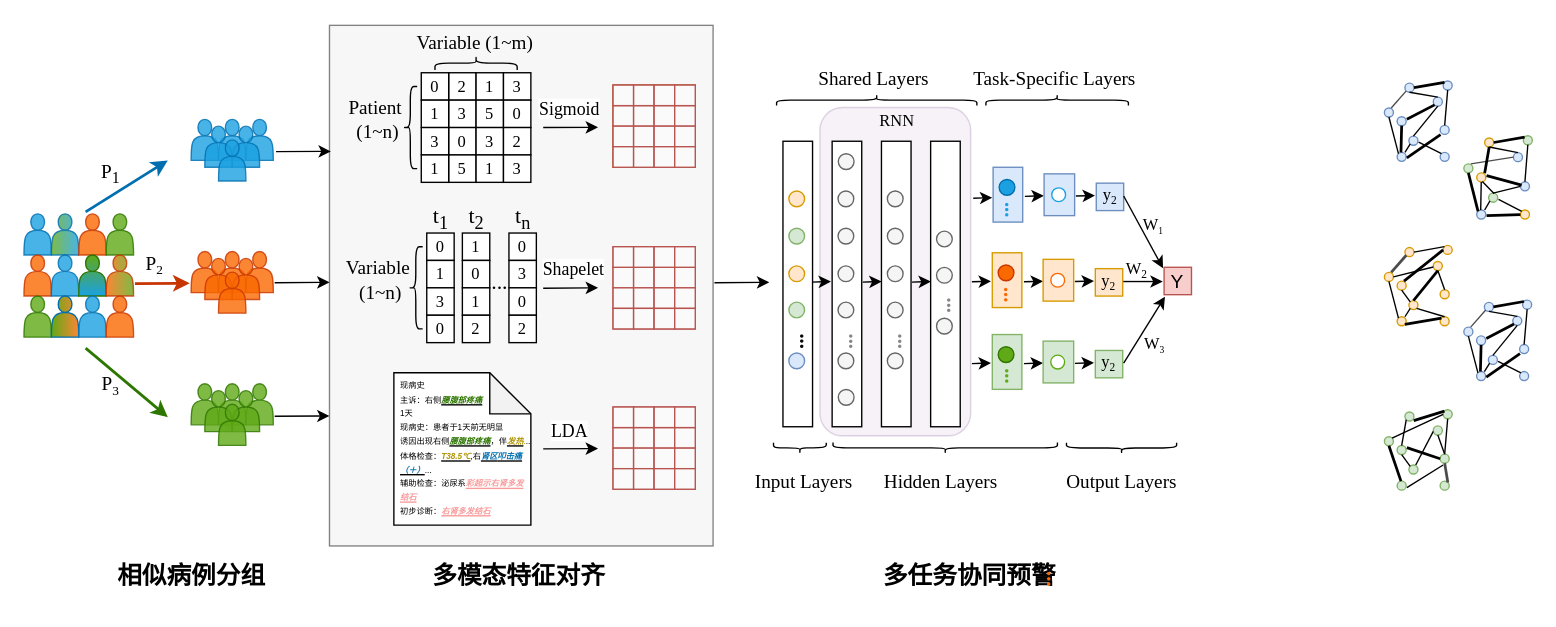
This is 研究方法1.drawio from wednesday1111/FIB-4, a draw.io file, before an edit. Source tidied: cells renumbered, new cells numbered last; positions are measured from the earlier drawing's top-left corner, leaving out a move shared by most shapes. Both pictures are drawn from the tidied source at 137%, with x=0, y=0 at pixel (23, -1).
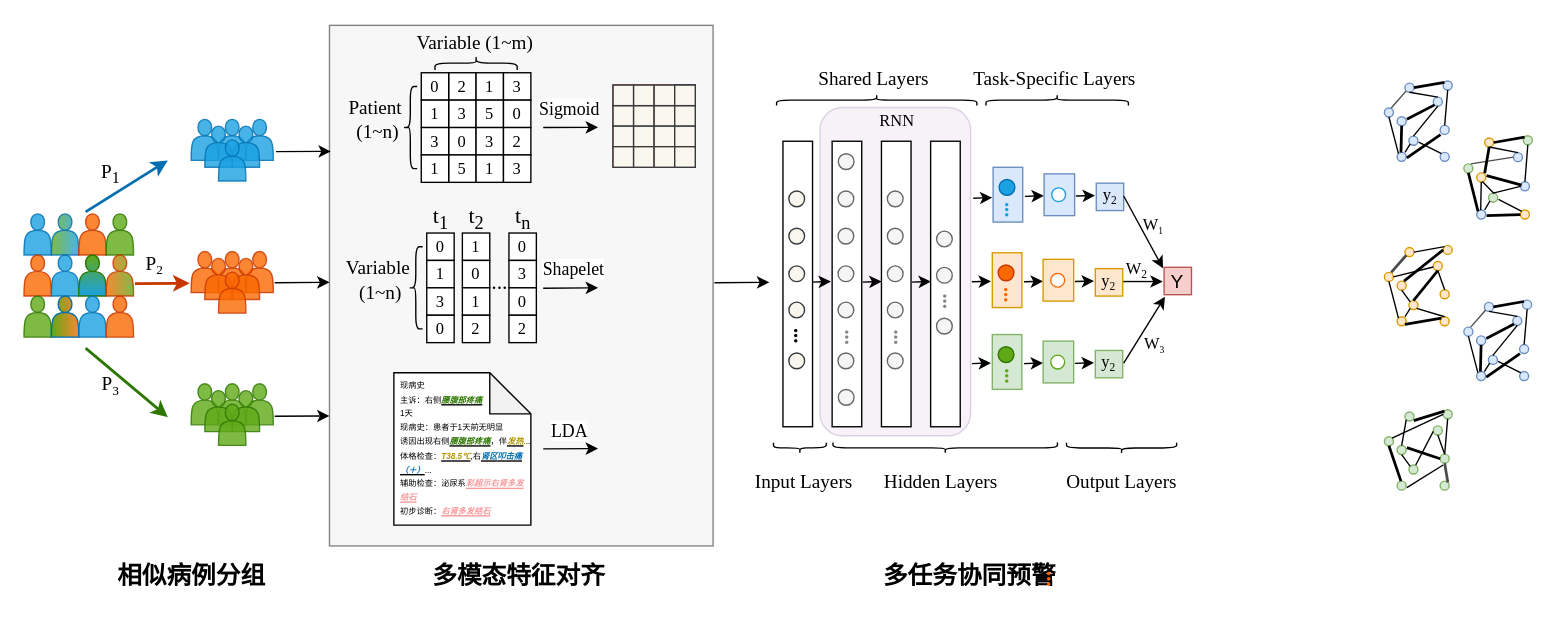
After the change.

Commit message (it also covers changes not shown here):
更新研究方法1.drawio

The change refers to these unchanged cells:
```xml
<mxCell id="28" style="group;fillColor=#fafafa;strokeColor=#b85450;" parent="27" vertex="1">
  <mxGeometry width="15" height="60" as="geometry" />
</mxCell>
<mxCell id="33" style="group;fillColor=#fafafa;strokeColor=#b85450;" parent="27" vertex="1">
  <mxGeometry x="15" width="15" height="60" as="geometry" />
</mxCell>
<mxCell id="38" style="group;fillColor=#fafafa;strokeColor=#b85450;" parent="27" vertex="1">
  <mxGeometry x="30" width="15" height="60" as="geometry" />
</mxCell>
<mxCell id="115" style="endArrow=classic;html=1;rounded=0;entryX=0;entryY=0.25;entryDx=0;entryDy=0;" parent="1" edge="1">
  <mxGeometry relative="1" as="geometry">
    <mxPoint x="379" y="93.6" as="sourcePoint" />
    <mxPoint x="419" y="93.4" as="targetPoint" />
  </mxGeometry>
</mxCell>
```

Change to the diagram source:
```diff
@@
-    <mxCell id="27" style="group;fillColor=#FFE6CC;strokeColor=#d79b00;" parent="1" vertex="1">
+    <mxCell id="27" style="group;fillColor=#f9f7ed;strokeColor=#36393d;" parent="1" vertex="1">
       <mxGeometry x="430" y="62.6" width="60" height="60" as="geometry" />
     </mxCell>
@@
-    <mxCell id="29" style="rounded=0;whiteSpace=wrap;html=1;fillColor=#fafafa;strokeColor=#b85450;" parent="28" vertex="1">
+    <mxCell id="29" style="rounded=0;whiteSpace=wrap;html=1;fillColor=#f9f7ed;strokeColor=#36393d;" parent="28" vertex="1">
       <mxGeometry y="15" width="15" height="15" as="geometry" />
     </mxCell>
-    <mxCell id="30" style="rounded=0;whiteSpace=wrap;html=1;fillColor=#fafafa;strokeColor=#b85450;" parent="28" vertex="1">
+    <mxCell id="30" style="rounded=0;whiteSpace=wrap;html=1;fillColor=#f9f7ed;strokeColor=#36393d;" parent="28" vertex="1">
       <mxGeometry y="30" width="15" height="15" as="geometry" />
     </mxCell>
-    <mxCell id="31" style="rounded=0;whiteSpace=wrap;html=1;fillColor=#fafafa;strokeColor=#b85450;" parent="28" vertex="1">
+    <mxCell id="31" style="rounded=0;whiteSpace=wrap;html=1;fillColor=#f9f7ed;strokeColor=#36393d;" parent="28" vertex="1">
       <mxGeometry y="45" width="15" height="15" as="geometry" />
     </mxCell>
-    <mxCell id="32" style="rounded=0;whiteSpace=wrap;html=1;fillColor=#fafafa;strokeColor=#b85450;" parent="28" vertex="1">
+    <mxCell id="32" style="rounded=0;whiteSpace=wrap;html=1;fillColor=#f9f7ed;strokeColor=#36393d;" parent="28" vertex="1">
       <mxGeometry width="15" height="15" as="geometry" />
     </mxCell>
@@
-    <mxCell id="34" style="rounded=0;whiteSpace=wrap;html=1;fillColor=#fafafa;strokeColor=#b85450;" parent="33" vertex="1">
+    <mxCell id="34" style="rounded=0;whiteSpace=wrap;html=1;fillColor=#f9f7ed;strokeColor=#36393d;" parent="33" vertex="1">
       <mxGeometry y="15" width="15" height="15" as="geometry" />
     </mxCell>
-    <mxCell id="35" style="rounded=0;whiteSpace=wrap;html=1;fillColor=#fafafa;strokeColor=#b85450;" parent="33" vertex="1">
+    <mxCell id="35" style="rounded=0;whiteSpace=wrap;html=1;fillColor=#f9f7ed;strokeColor=#36393d;" parent="33" vertex="1">
       <mxGeometry y="30" width="15" height="15" as="geometry" />
     </mxCell>
-    <mxCell id="36" style="rounded=0;whiteSpace=wrap;html=1;fillColor=#fafafa;strokeColor=#b85450;" parent="33" vertex="1">
+    <mxCell id="36" style="rounded=0;whiteSpace=wrap;html=1;fillColor=#f9f7ed;strokeColor=#36393d;" parent="33" vertex="1">
       <mxGeometry y="45" width="15" height="15" as="geometry" />
     </mxCell>
-    <mxCell id="37" style="rounded=0;whiteSpace=wrap;html=1;fillColor=#fafafa;strokeColor=#b85450;" parent="33" vertex="1">
+    <mxCell id="37" style="rounded=0;whiteSpace=wrap;html=1;fillColor=#f9f7ed;strokeColor=#36393d;" parent="33" vertex="1">
       <mxGeometry width="15" height="15" as="geometry" />
     </mxCell>
@@
-    <mxCell id="39" style="rounded=0;whiteSpace=wrap;html=1;fillColor=#fafafa;strokeColor=#b85450;" parent="38" vertex="1">
+    <mxCell id="39" style="rounded=0;whiteSpace=wrap;html=1;fillColor=#f9f7ed;strokeColor=#36393d;" parent="38" vertex="1">
       <mxGeometry y="15" width="15" height="15" as="geometry" />
     </mxCell>
-    <mxCell id="40" style="rounded=0;whiteSpace=wrap;html=1;fillColor=#fafafa;strokeColor=#b85450;" parent="38" vertex="1">
+    <mxCell id="40" style="rounded=0;whiteSpace=wrap;html=1;fillColor=#f9f7ed;strokeColor=#36393d;" parent="38" vertex="1">
       <mxGeometry y="30" width="15" height="15" as="geometry" />
     </mxCell>
-    <mxCell id="41" style="rounded=0;whiteSpace=wrap;html=1;fillColor=#fafafa;strokeColor=#b85450;" parent="38" vertex="1">
+    <mxCell id="41" style="rounded=0;whiteSpace=wrap;html=1;fillColor=#f9f7ed;strokeColor=#36393d;" parent="38" vertex="1">
       <mxGeometry y="45" width="15" height="15" as="geometry" />
     </mxCell>
-    <mxCell id="42" style="rounded=0;whiteSpace=wrap;html=1;fillColor=#fafafa;strokeColor=#b85450;" parent="38" vertex="1">
+    <mxCell id="42" style="rounded=0;whiteSpace=wrap;html=1;fillColor=#f9f7ed;strokeColor=#36393d;" parent="38" vertex="1">
       <mxGeometry width="15" height="15" as="geometry" />
     </mxCell>
-    <mxCell id="43" style="group;fillColor=#fafafa;strokeColor=#b85450;" parent="27" vertex="1">
+    <mxCell id="43" style="group;fillColor=#f9f7ed;strokeColor=#36393d;" parent="27" vertex="1">
       <mxGeometry x="45" width="15" height="60" as="geometry" />
     </mxCell>
-    <mxCell id="44" style="rounded=0;whiteSpace=wrap;html=1;fillColor=#fafafa;strokeColor=#b85450;" parent="43" vertex="1">
+    <mxCell id="44" style="rounded=0;whiteSpace=wrap;html=1;fillColor=#f9f7ed;strokeColor=#36393d;" parent="43" vertex="1">
       <mxGeometry y="15" width="15" height="15" as="geometry" />
     </mxCell>
-    <mxCell id="45" style="rounded=0;whiteSpace=wrap;html=1;fillColor=#fafafa;strokeColor=#b85450;" parent="43" vertex="1">
+    <mxCell id="45" style="rounded=0;whiteSpace=wrap;html=1;fillColor=#f9f7ed;strokeColor=#36393d;" parent="43" vertex="1">
       <mxGeometry y="30" width="15" height="15" as="geometry" />
     </mxCell>
-    <mxCell id="46" style="rounded=0;whiteSpace=wrap;html=1;fillColor=#fafafa;strokeColor=#b85450;" parent="43" vertex="1">
+    <mxCell id="46" style="rounded=0;whiteSpace=wrap;html=1;fillColor=#f9f7ed;strokeColor=#36393d;" parent="43" vertex="1">
       <mxGeometry y="45" width="15" height="15" as="geometry" />
     </mxCell>
-    <mxCell id="47" style="rounded=0;whiteSpace=wrap;html=1;fillColor=#fafafa;strokeColor=#b85450;" parent="43" vertex="1">
+    <mxCell id="47" style="rounded=0;whiteSpace=wrap;html=1;fillColor=#f9f7ed;strokeColor=#36393d;" parent="43" vertex="1">
       <mxGeometry width="15" height="15" as="geometry" />
     </mxCell>
-    <mxCell id="48" style="group;" parent="1" vertex="1">
-      <mxGeometry x="430" y="180.6" width="60" height="60" as="geometry" />
-    </mxCell>
-    <mxCell id="49" style="group;fillColor=#fafafa;strokeColor=#b85450;" parent="48" vertex="1">
-      <mxGeometry width="15" height="60" as="geometry" />
-    </mxCell>
-    <mxCell id="50" style="rounded=0;whiteSpace=wrap;html=1;fillColor=#fafafa;strokeColor=#b85450;" parent="49" vertex="1">
-      <mxGeometry y="15" width="15" height="15" as="geometry" />
-    </mxCell>
-    <mxCell id="51" style="rounded=0;whiteSpace=wrap;html=1;fillColor=#fafafa;strokeColor=#b85450;" parent="49" vertex="1">
-      <mxGeometry y="30" width="15" height="15" as="geometry" />
-    </mxCell>
-    <mxCell id="52" style="rounded=0;whiteSpace=wrap;html=1;fillColor=#fafafa;strokeColor=#b85450;" parent="49" vertex="1">
-      <mxGeometry y="45" width="15" height="15" as="geometry" />
-    </mxCell>
-    <mxCell id="53" style="rounded=0;whiteSpace=wrap;html=1;fillColor=#fafafa;strokeColor=#b85450;" parent="49" vertex="1">
-      <mxGeometry width="15" height="15" as="geometry" />
-    </mxCell>
-    <mxCell id="54" style="group;fillColor=#fafafa;strokeColor=#b85450;" parent="48" vertex="1">
-      <mxGeometry x="15" width="15" height="60" as="geometry" />
-    </mxCell>
-    <mxCell id="55" style="rounded=0;whiteSpace=wrap;html=1;fillColor=#fafafa;strokeColor=#b85450;" parent="54" vertex="1">
-      <mxGeometry y="15" width="15" height="15" as="geometry" />
-    </mxCell>
-    <mxCell id="56" style="rounded=0;whiteSpace=wrap;html=1;fillColor=#fafafa;strokeColor=#b85450;" parent="54" vertex="1">
-      <mxGeometry y="30" width="15" height="15" as="geometry" />
-    </mxCell>
-    <mxCell id="57" style="rounded=0;whiteSpace=wrap;html=1;fillColor=#fafafa;strokeColor=#b85450;" parent="54" vertex="1">
-      <mxGeometry y="45" width="15" height="15" as="geometry" />
-    </mxCell>
-    <mxCell id="58" style="rounded=0;whiteSpace=wrap;html=1;fillColor=#fafafa;strokeColor=#b85450;" parent="54" vertex="1">
-      <mxGeometry width="15" height="15" as="geometry" />
-    </mxCell>
-    <mxCell id="59" style="group;fillColor=#fafafa;strokeColor=#b85450;" parent="48" vertex="1">
-      <mxGeometry x="30" width="15" height="60" as="geometry" />
-    </mxCell>
-    <mxCell id="60" style="rounded=0;whiteSpace=wrap;html=1;fillColor=#fafafa;strokeColor=#b85450;" parent="59" vertex="1">
-      <mxGeometry y="15" width="15" height="15" as="geometry" />
-    </mxCell>
-    <mxCell id="61" style="rounded=0;whiteSpace=wrap;html=1;fillColor=#fafafa;strokeColor=#b85450;" parent="59" vertex="1">
-      <mxGeometry y="30" width="15" height="15" as="geometry" />
-    </mxCell>
-    <mxCell id="62" style="rounded=0;whiteSpace=wrap;html=1;fillColor=#fafafa;strokeColor=#b85450;" parent="59" vertex="1">
-      <mxGeometry y="45" width="15" height="15" as="geometry" />
-    </mxCell>
-    <mxCell id="63" style="rounded=0;whiteSpace=wrap;html=1;fillColor=#fafafa;strokeColor=#b85450;" parent="59" vertex="1">
-      <mxGeometry width="15" height="15" as="geometry" />
-    </mxCell>
-    <mxCell id="64" style="group;fillColor=#fafafa;strokeColor=#b85450;" parent="48" vertex="1">
-      <mxGeometry x="45" width="15" height="60" as="geometry" />
-    </mxCell>
-    <mxCell id="65" style="rounded=0;whiteSpace=wrap;html=1;fillColor=#fafafa;strokeColor=#b85450;" parent="64" vertex="1">
-      <mxGeometry y="15" width="15" height="15" as="geometry" />
-    </mxCell>
-    <mxCell id="66" style="rounded=0;whiteSpace=wrap;html=1;fillColor=#fafafa;strokeColor=#b85450;" parent="64" vertex="1">
-      <mxGeometry y="30" width="15" height="15" as="geometry" />
-    </mxCell>
-    <mxCell id="67" style="rounded=0;whiteSpace=wrap;html=1;fillColor=#fafafa;strokeColor=#b85450;" parent="64" vertex="1">
-      <mxGeometry y="45" width="15" height="15" as="geometry" />
-    </mxCell>
-    <mxCell id="68" style="rounded=0;whiteSpace=wrap;html=1;fillColor=#fafafa;strokeColor=#b85450;" parent="64" vertex="1">
-      <mxGeometry width="15" height="15" as="geometry" />
-    </mxCell>
-    <mxCell id="69" style="group;" parent="1" vertex="1">
-      <mxGeometry x="430" y="297.6" width="60" height="60" as="geometry" />
-    </mxCell>
-    <mxCell id="70" style="group;fillColor=#fafafa;strokeColor=#b85450;" parent="69" vertex="1">
-      <mxGeometry width="15" height="60" as="geometry" />
-    </mxCell>
-    <mxCell id="71" style="rounded=0;whiteSpace=wrap;html=1;fillColor=#fafafa;strokeColor=#b85450;" parent="70" vertex="1">
-      <mxGeometry y="15" width="15" height="15" as="geometry" />
-    </mxCell>
-    <mxCell id="72" style="rounded=0;whiteSpace=wrap;html=1;fillColor=#fafafa;strokeColor=#b85450;" parent="70" vertex="1">
-      <mxGeometry y="30" width="15" height="15" as="geometry" />
-    </mxCell>
-    <mxCell id="73" style="rounded=0;whiteSpace=wrap;html=1;fillColor=#fafafa;strokeColor=#b85450;" parent="70" vertex="1">
-      <mxGeometry y="45" width="15" height="15" as="geometry" />
-    </mxCell>
-    <mxCell id="74" style="rounded=0;whiteSpace=wrap;html=1;fillColor=#fafafa;strokeColor=#b85450;" parent="70" vertex="1">
-      <mxGeometry width="15" height="15" as="geometry" />
-    </mxCell>
-    <mxCell id="75" style="group;fillColor=#fafafa;strokeColor=#b85450;" parent="69" vertex="1">
-      <mxGeometry x="15" width="15" height="60" as="geometry" />
-    </mxCell>
-    <mxCell id="76" style="rounded=0;whiteSpace=wrap;html=1;fillColor=#fafafa;strokeColor=#b85450;" parent="75" vertex="1">
-      <mxGeometry y="15" width="15" height="15" as="geometry" />
-    </mxCell>
-    <mxCell id="77" style="rounded=0;whiteSpace=wrap;html=1;fillColor=#fafafa;strokeColor=#b85450;" parent="75" vertex="1">
-      <mxGeometry y="30" width="15" height="15" as="geometry" />
-    </mxCell>
-    <mxCell id="78" style="rounded=0;whiteSpace=wrap;html=1;fillColor=#fafafa;strokeColor=#b85450;" parent="75" vertex="1">
-      <mxGeometry y="45" width="15" height="15" as="geometry" />
-    </mxCell>
-    <mxCell id="79" style="rounded=0;whiteSpace=wrap;html=1;fillColor=#fafafa;strokeColor=#b85450;" parent="75" vertex="1">
-      <mxGeometry width="15" height="15" as="geometry" />
-    </mxCell>
-    <mxCell id="80" style="group;fillColor=#fafafa;strokeColor=#b85450;" parent="69" vertex="1">
-      <mxGeometry x="30" width="15" height="60" as="geometry" />
-    </mxCell>
-    <mxCell id="81" style="rounded=0;whiteSpace=wrap;html=1;fillColor=#fafafa;strokeColor=#b85450;" parent="80" vertex="1">
-      <mxGeometry y="15" width="15" height="15" as="geometry" />
-    </mxCell>
-    <mxCell id="82" style="rounded=0;whiteSpace=wrap;html=1;fillColor=#fafafa;strokeColor=#b85450;" parent="80" vertex="1">
-      <mxGeometry y="30" width="15" height="15" as="geometry" />
-    </mxCell>
-    <mxCell id="83" style="rounded=0;whiteSpace=wrap;html=1;fillColor=#fafafa;strokeColor=#b85450;" parent="80" vertex="1">
-      <mxGeometry y="45" width="15" height="15" as="geometry" />
-    </mxCell>
-    <mxCell id="84" style="rounded=0;whiteSpace=wrap;html=1;fillColor=#fafafa;strokeColor=#b85450;" parent="80" vertex="1">
-      <mxGeometry width="15" height="15" as="geometry" />
-    </mxCell>
-    <mxCell id="85" style="group;fillColor=#fafafa;strokeColor=#b85450;" parent="69" vertex="1">
-      <mxGeometry x="45" width="15" height="60" as="geometry" />
-    </mxCell>
-    <mxCell id="86" style="rounded=0;whiteSpace=wrap;html=1;fillColor=#fafafa;strokeColor=#b85450;" parent="85" vertex="1">
-      <mxGeometry y="15" width="15" height="15" as="geometry" />
-    </mxCell>
-    <mxCell id="87" style="rounded=0;whiteSpace=wrap;html=1;fillColor=#fafafa;strokeColor=#b85450;" parent="85" vertex="1">
-      <mxGeometry y="30" width="15" height="15" as="geometry" />
-    </mxCell>
-    <mxCell id="88" style="rounded=0;whiteSpace=wrap;html=1;fillColor=#fafafa;strokeColor=#b85450;" parent="85" vertex="1">
-      <mxGeometry y="45" width="15" height="15" as="geometry" />
-    </mxCell>
-    <mxCell id="89" style="rounded=0;whiteSpace=wrap;html=1;fillColor=#fafafa;strokeColor=#b85450;" parent="85" vertex="1">
-      <mxGeometry width="15" height="15" as="geometry" />
-    </mxCell>
@@
-    <mxCell id="116" value="&lt;font style=&quot;font-size: 13px;&quot; face=&quot;Times New Roman&quot;&gt;Sigmoid&lt;/font&gt;" style="edgeLabel;html=1;align=center;verticalAlign=middle;" parent="115" vertex="1">
+    <mxCell id="116" value="&lt;font face=&quot;Times New Roman&quot; style=&quot;font-size: 13px;&quot;&gt;Sigmoid&lt;/font&gt;" style="edgeLabel;html=1;align=center;verticalAlign=middle;" parent="115" vertex="1">
       <mxGeometry x="-0.22" y="9" relative="1" as="geometry">
         <mxPoint x="3" y="-5" as="offset" />
       </mxGeometry>
     </mxCell>
@@
     <mxCell id="289" value="&lt;b&gt;&lt;font color=&quot;#85878a&quot; style=&quot;font-size: 15px;&quot; face=&quot;Times New Roman&quot;&gt;...&lt;/font&gt;&lt;/b&gt;" style="text;html=1;align=center;verticalAlign=middle;strokeColor=none;fillColor=none;rotation=90;" parent="1" vertex="1">
-      <mxGeometry x="593.5" y="234.1" width="30" height="30" as="geometry" />
+      <mxGeometry x="590.5" y="231.1" width="30" height="30" as="geometry" />
     </mxCell>
@@
     <mxCell id="298" value="&lt;b&gt;&lt;font color=&quot;#85878a&quot; style=&quot;font-size: 15px;&quot; face=&quot;Times New Roman&quot;&gt;...&lt;/font&gt;&lt;/b&gt;" style="text;html=1;align=center;verticalAlign=middle;strokeColor=none;fillColor=none;rotation=90;" parent="1" vertex="1">
-      <mxGeometry x="629.5" y="234.1" width="30" height="30" as="geometry" />
+      <mxGeometry x="626.5" y="231.1" width="30" height="30" as="geometry" />
     </mxCell>
@@
     <mxCell id="303" value="&lt;b&gt;&lt;font color=&quot;#85878a&quot; style=&quot;font-size: 15px;&quot; face=&quot;Times New Roman&quot;&gt;...&lt;/font&gt;&lt;/b&gt;" style="text;html=1;align=center;verticalAlign=middle;strokeColor=none;fillColor=none;rotation=90;" parent="1" vertex="1">
-      <mxGeometry x="665.4" y="208.7" width="30" height="30" as="geometry" />
+      <mxGeometry x="662.4" y="205.7" width="30" height="30" as="geometry" />
     </mxCell>
@@
-    <mxCell id="313" style="ellipse;whiteSpace=wrap;html=1;fillColor=#ffe6cc;strokeColor=#d79b00;" parent="1" vertex="1">
+    <mxCell id="313" style="ellipse;whiteSpace=wrap;html=1;fillColor=#f9f7ed;strokeColor=#36393d;" parent="1" vertex="1">
       <mxGeometry x="558.3" y="139.9" width="11.5" height="11.5" as="geometry" />
     </mxCell>
-    <mxCell id="314" style="ellipse;whiteSpace=wrap;html=1;fillColor=#d5e8d4;strokeColor=#82b366;" parent="1" vertex="1">
+    <mxCell id="314" style="ellipse;whiteSpace=wrap;html=1;fillColor=#f9f7ed;strokeColor=#36393d;" parent="1" vertex="1">
       <mxGeometry x="558.3" y="167.1" width="11.5" height="11.5" as="geometry" />
     </mxCell>
-    <mxCell id="315" style="ellipse;whiteSpace=wrap;html=1;fillColor=#ffe6cc;strokeColor=#d79b00;" parent="1" vertex="1">
+    <mxCell id="315" style="ellipse;whiteSpace=wrap;html=1;fillColor=#f9f7ed;strokeColor=#36393d;" parent="1" vertex="1">
       <mxGeometry x="558.3" y="194.6" width="11.5" height="11.5" as="geometry" />
     </mxCell>
-    <mxCell id="316" style="ellipse;whiteSpace=wrap;html=1;fillColor=#d5e8d4;strokeColor=#82b366;" parent="1" vertex="1">
+    <mxCell id="316" style="ellipse;whiteSpace=wrap;html=1;fillColor=#f9f7ed;strokeColor=#36393d;" parent="1" vertex="1">
       <mxGeometry x="558.3" y="221" width="11.5" height="11.5" as="geometry" />
     </mxCell>
-    <mxCell id="317" style="ellipse;whiteSpace=wrap;html=1;fillColor=#dae8fc;strokeColor=#6c8ebf;" parent="1" vertex="1">
+    <mxCell id="317" style="ellipse;whiteSpace=wrap;html=1;fillColor=#f9f7ed;strokeColor=#36393d;" parent="1" vertex="1">
       <mxGeometry x="558.3" y="258.2" width="11.5" height="11.5" as="geometry" />
     </mxCell>
     <mxCell id="318" value="&lt;b&gt;&lt;font color=&quot;#080808&quot; style=&quot;font-size: 15px;&quot; face=&quot;Times New Roman&quot;&gt;...&lt;/font&gt;&lt;/b&gt;" style="text;html=1;align=center;verticalAlign=middle;strokeColor=none;fillColor=none;rotation=90;" parent="1" vertex="1">
-      <mxGeometry x="557.6" y="234.1" width="30" height="30" as="geometry" />
+      <mxGeometry x="553.6" y="230.1" width="30" height="30" as="geometry" />
     </mxCell>
```
